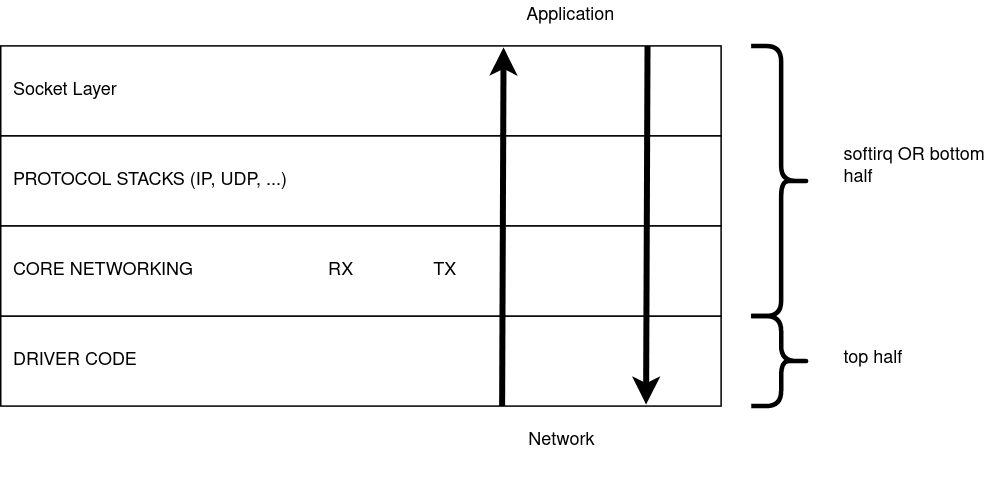
Earlier version of the draw.io export imgs/visualize_pkt_proc.png (teja2010/teja2010.github.io). Source tidied: cells renumbered, new cells last; positions are measured from the earlier drawing's top-left corner, leaving out a move shared by most shapes. The source it was exported from:
```xml
<mxGraphModel>
  <root>
    <mxCell id="0" />
    <mxCell id="1" parent="0" />
    <mxCell id="2" value="&lt;div align=&quot;left&quot;&gt;&amp;nbsp; Socket Layer&lt;/div&gt;" style="rounded=0;whiteSpace=wrap;html=1;align=left;" parent="1" vertex="1">
      <mxGeometry y="30" width="480" height="60" as="geometry" />
    </mxCell>
    <mxCell id="3" value="&lt;div align=&quot;left&quot;&gt;&amp;nbsp; DRIVER CODE&lt;br&gt;&lt;/div&gt;" style="rounded=0;whiteSpace=wrap;html=1;align=left;" parent="1" vertex="1">
      <mxGeometry y="210" width="480" height="60" as="geometry" />
    </mxCell>
    <mxCell id="4" value="&lt;div align=&quot;left&quot;&gt;&amp;nbsp; PROTOCOL STACKS (IP, UDP, ...)&lt;/div&gt;" style="rounded=0;whiteSpace=wrap;html=1;align=left;" parent="1" vertex="1">
      <mxGeometry y="90" width="480" height="60" as="geometry" />
    </mxCell>
    <mxCell id="5" value="&lt;div align=&quot;left&quot;&gt;&amp;nbsp; CORE NETWORKING&amp;nbsp;&amp;nbsp;&amp;nbsp;&amp;nbsp;&amp;nbsp;&amp;nbsp;&amp;nbsp;&amp;nbsp;&amp;nbsp;&amp;nbsp;&amp;nbsp;&amp;nbsp;&amp;nbsp;&amp;nbsp;&amp;nbsp;&amp;nbsp;&amp;nbsp;&amp;nbsp;&amp;nbsp;&amp;nbsp;&amp;nbsp;&amp;nbsp;&amp;nbsp;&amp;nbsp;&amp;nbsp;&amp;nbsp; RX&amp;nbsp;&amp;nbsp;&amp;nbsp;&amp;nbsp;&amp;nbsp;&amp;nbsp;&amp;nbsp;&amp;nbsp;&amp;nbsp;&amp;nbsp;&amp;nbsp;&amp;nbsp;&amp;nbsp;&amp;nbsp;&amp;nbsp; TX&lt;br&gt;&lt;/div&gt;" style="rounded=0;whiteSpace=wrap;html=1;align=left;" parent="1" vertex="1">
      <mxGeometry y="150" width="480" height="60" as="geometry" />
    </mxCell>
    <mxCell id="6" style="endArrow=classic;html=1;entryX=0.698;entryY=0.017;entryDx=0;entryDy=0;entryPerimeter=0;exitX=0.696;exitY=1;exitDx=0;exitDy=0;exitPerimeter=0;strokeWidth=4;" parent="1" edge="1" source="3" target="2">
      <mxGeometry relative="1" as="geometry" />
    </mxCell>
    <mxCell id="7" style="endArrow=none;html=1;entryX=0.698;entryY=0.017;entryDx=0;entryDy=0;entryPerimeter=0;exitX=0.696;exitY=1;exitDx=0;exitDy=0;exitPerimeter=0;startArrow=classic;startFill=1;endFill=0;strokeWidth=4;" parent="1" edge="1">
      <mxGeometry relative="1" as="geometry">
        <mxPoint x="430" y="269" as="sourcePoint" />
        <mxPoint x="431" y="30" as="targetPoint" />
      </mxGeometry>
    </mxCell>
    <mxCell id="8" value="Application" style="text;html=1;strokeColor=none;fillColor=none;align=center;verticalAlign=middle;whiteSpace=wrap;rounded=0;" parent="1" vertex="1">
      <mxGeometry x="360" width="40" height="20" as="geometry" />
    </mxCell>
    <mxCell id="9" value="Network" style="text;whiteSpace=wrap;html=1;" parent="1" vertex="1">
      <mxGeometry x="350" y="280" width="60" height="40" as="geometry" />
    </mxCell>
    <mxCell id="10" style="shape=curlyBracket;whiteSpace=wrap;html=1;rounded=1;flipH=1;strokeWidth=3;" parent="1" vertex="1">
      <mxGeometry x="500" y="30" width="40" height="180" as="geometry" />
    </mxCell>
    <mxCell id="11" style="shape=curlyBracket;whiteSpace=wrap;html=1;rounded=1;flipH=1;strokeWidth=3;" parent="1" vertex="1">
      <mxGeometry x="500" y="210" width="40" height="60" as="geometry" />
    </mxCell>
    <mxCell id="12" value="softirq OR bottom half" style="text;whiteSpace=wrap;html=1;" parent="1" vertex="1">
      <mxGeometry x="560" y="90" width="100" height="50" as="geometry" />
    </mxCell>
    <mxCell id="13" value="top half" style="text;whiteSpace=wrap;html=1;" parent="1" vertex="1">
      <mxGeometry x="560" y="225" width="80" height="30" as="geometry" />
    </mxCell>
  </root>
</mxGraphModel>
```
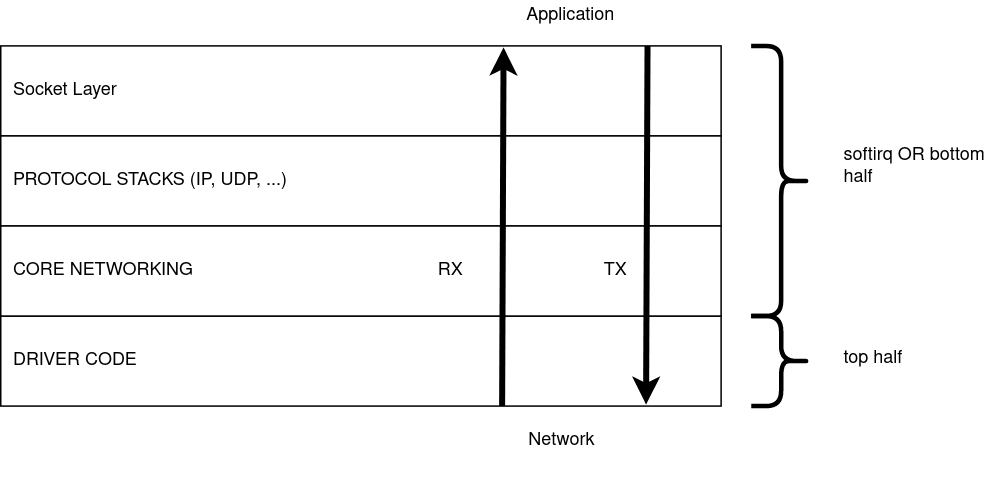
Later version of the same file.

Commit message:
correct visualize pkt processing

The edit, as a diff of the source:
```diff
@@ -11,18 +11,18 @@
     <mxCell id="4" value="&lt;div align=&quot;left&quot;&gt;&amp;nbsp; PROTOCOL STACKS (IP, UDP, ...)&lt;/div&gt;" style="rounded=0;whiteSpace=wrap;html=1;align=left;" parent="1" vertex="1">
       <mxGeometry y="90" width="480" height="60" as="geometry" />
     </mxCell>
-    <mxCell id="5" value="&lt;div align=&quot;left&quot;&gt;&amp;nbsp; CORE NETWORKING&amp;nbsp;&amp;nbsp;&amp;nbsp;&amp;nbsp;&amp;nbsp;&amp;nbsp;&amp;nbsp;&amp;nbsp;&amp;nbsp;&amp;nbsp;&amp;nbsp;&amp;nbsp;&amp;nbsp;&amp;nbsp;&amp;nbsp;&amp;nbsp;&amp;nbsp;&amp;nbsp;&amp;nbsp;&amp;nbsp;&amp;nbsp;&amp;nbsp;&amp;nbsp;&amp;nbsp;&amp;nbsp;&amp;nbsp; RX&amp;nbsp;&amp;nbsp;&amp;nbsp;&amp;nbsp;&amp;nbsp;&amp;nbsp;&amp;nbsp;&amp;nbsp;&amp;nbsp;&amp;nbsp;&amp;nbsp;&amp;nbsp;&amp;nbsp;&amp;nbsp;&amp;nbsp; TX&lt;br&gt;&lt;/div&gt;" style="rounded=0;whiteSpace=wrap;html=1;align=left;" parent="1" vertex="1">
-      <mxGeometry y="150" width="480" height="60" as="geometry" />
-    </mxCell>
+    <mxCell id="14" value="&lt;div align=&quot;left&quot;&gt;&amp;nbsp; CORE NETWORKING&amp;nbsp; &lt;br&gt;&lt;/div&gt;" style="rounded=0;whiteSpace=wrap;html=1;align=left;" parent="1" vertex="1">
+      <mxGeometry y="150" width="480" height="60" as="geometry" />
+    </mxCell>
     <mxCell id="6" style="endArrow=classic;html=1;entryX=0.698;entryY=0.017;entryDx=0;entryDy=0;entryPerimeter=0;exitX=0.696;exitY=1;exitDx=0;exitDy=0;exitPerimeter=0;strokeWidth=4;" parent="1" edge="1" source="3" target="2">
       <mxGeometry relative="1" as="geometry" />
     </mxCell>
-    <mxCell id="7" style="endArrow=none;html=1;entryX=0.698;entryY=0.017;entryDx=0;entryDy=0;entryPerimeter=0;exitX=0.696;exitY=1;exitDx=0;exitDy=0;exitPerimeter=0;startArrow=classic;startFill=1;endFill=0;strokeWidth=4;" parent="1" edge="1">
-      <mxGeometry relative="1" as="geometry">
-        <mxPoint x="430" y="269" as="sourcePoint" />
-        <mxPoint x="431" y="30" as="targetPoint" />
-      </mxGeometry>
-    </mxCell>
+    <mxCell id="15" style="endArrow=none;html=1;entryX=0.698;entryY=0.017;entryDx=0;entryDy=0;entryPerimeter=0;exitX=0.696;exitY=1;exitDx=0;exitDy=0;exitPerimeter=0;startArrow=classic;startFill=1;endFill=0;strokeWidth=4;" parent="1" edge="1">
+      <mxGeometry relative="1" as="geometry">
+        <mxPoint x="430" y="269" as="sourcePoint" />
+        <mxPoint x="431" y="30" as="targetPoint" />
+      </mxGeometry>
+    </mxCell>
     <mxCell id="8" value="Application" style="text;html=1;strokeColor=none;fillColor=none;align=center;verticalAlign=middle;whiteSpace=wrap;rounded=0;" parent="1" vertex="1">
       <mxGeometry x="360" width="40" height="20" as="geometry" />
     </mxCell>
@@ -41,5 +41,11 @@
     <mxCell id="13" value="top half" style="text;whiteSpace=wrap;html=1;" parent="1" vertex="1">
       <mxGeometry x="560" y="225" width="80" height="30" as="geometry" />
     </mxCell>
+    <mxCell id="16" value="RX" style="text;html=1;strokeColor=none;fillColor=none;align=center;verticalAlign=middle;whiteSpace=wrap;rounded=0;" parent="1" vertex="1">
+      <mxGeometry x="280" y="170" width="40" height="20" as="geometry" />
+    </mxCell>
+    <mxCell id="17" value="TX" style="text;html=1;strokeColor=none;fillColor=none;align=center;verticalAlign=middle;whiteSpace=wrap;rounded=0;" parent="1" vertex="1">
+      <mxGeometry x="390" y="170" width="40" height="20" as="geometry" />
+    </mxCell>
   </root>
 </mxGraphModel>
```
